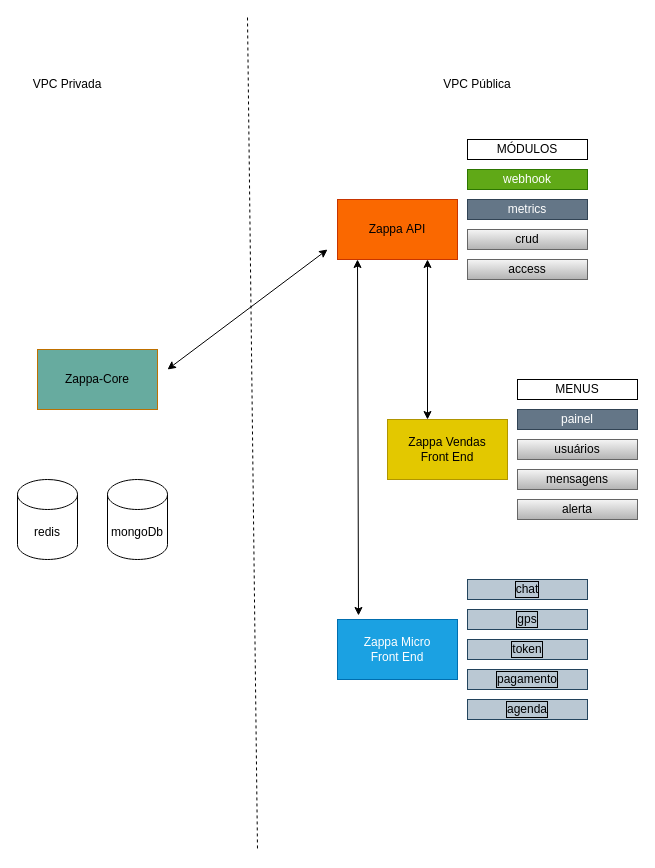
This is zappa-geral.drawio from LeoKvra/zappa-docs, a draw.io file, before an edit. Source tidied: cells renumbered, new cells numbered last; positions are measured from the earlier drawing's top-left corner, leaving out a move shared by most shapes. Both pictures are drawn from the tidied source at 100%, with x=0, y=0 at pixel (17, 17).
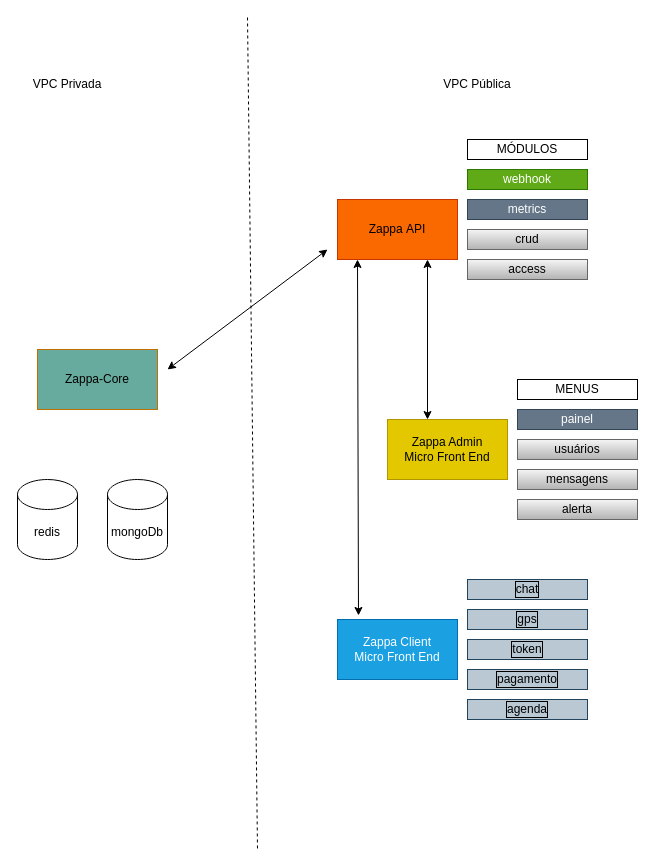
After the change.

What changed in the source:
```diff
@@
-    <mxCell id="6" value="Zappa Micro&lt;br&gt;Front End" style="rounded=0;whiteSpace=wrap;html=1;fillColor=#1ba1e2;fontColor=#ffffff;strokeColor=#006EAF;" parent="1" vertex="1">
+    <mxCell id="6" value="Zappa Client&lt;br&gt;Micro&amp;nbsp;Front End" style="rounded=0;whiteSpace=wrap;html=1;fillColor=#1ba1e2;fontColor=#ffffff;strokeColor=#006EAF;" parent="1" vertex="1">
       <mxGeometry x="320" y="602" width="120" height="60" as="geometry" />
     </mxCell>
@@
-    <mxCell id="19" value="Zappa Vendas&lt;br&gt;Front End" style="rounded=0;whiteSpace=wrap;html=1;fillColor=#e3c800;fontColor=#000000;strokeColor=#B09500;" parent="1" vertex="1">
+    <mxCell id="19" value="Zappa Admin&lt;br&gt;Micro Front End" style="rounded=0;whiteSpace=wrap;html=1;fillColor=#e3c800;fontColor=#000000;strokeColor=#B09500;" parent="1" vertex="1">
       <mxGeometry x="370" y="402" width="120" height="60" as="geometry" />
     </mxCell>
```
